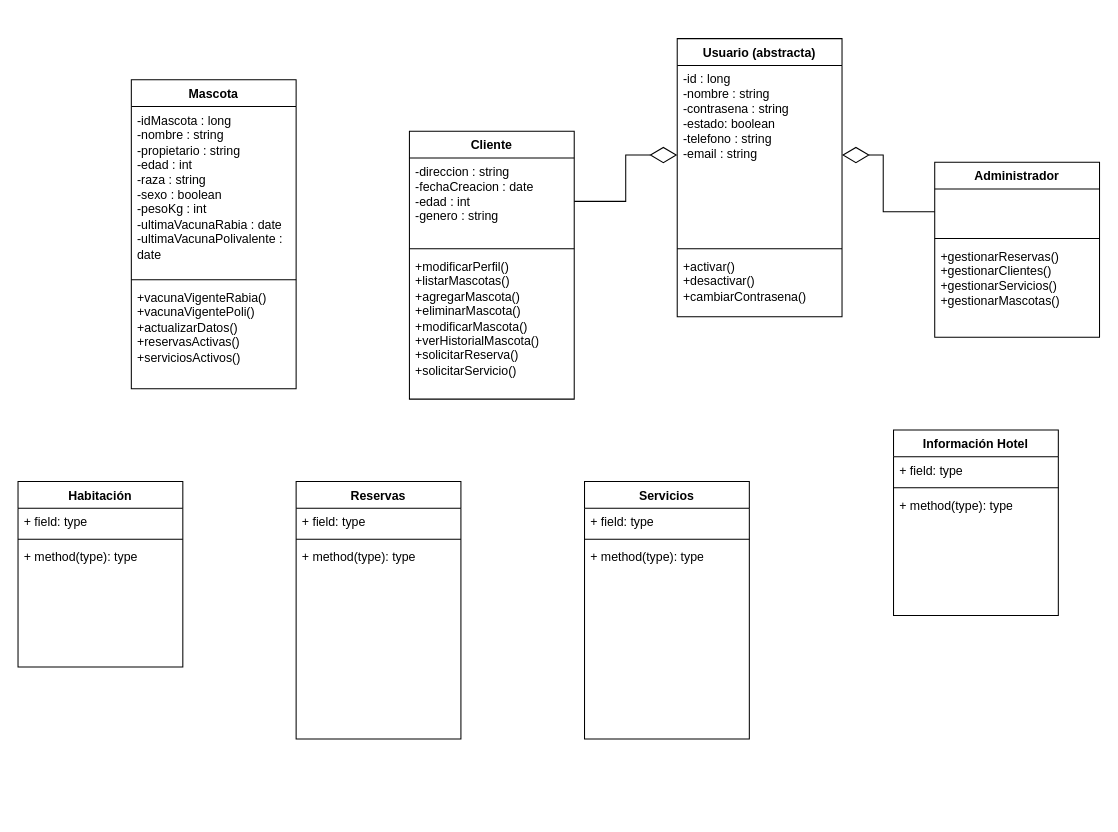
Nicolas-2794/ClubDelCan keeps this draw.io diagram as Diagrama sin título.drawio. Above is the earlier version. Source tidied: cells renumbered, new cells numbered last; positions are measured from the earlier drawing's top-left corner, leaving out a move shared by most shapes. Both pictures are drawn from the tidied source at 103%, with x=0, y=0 at pixel (18, 38).
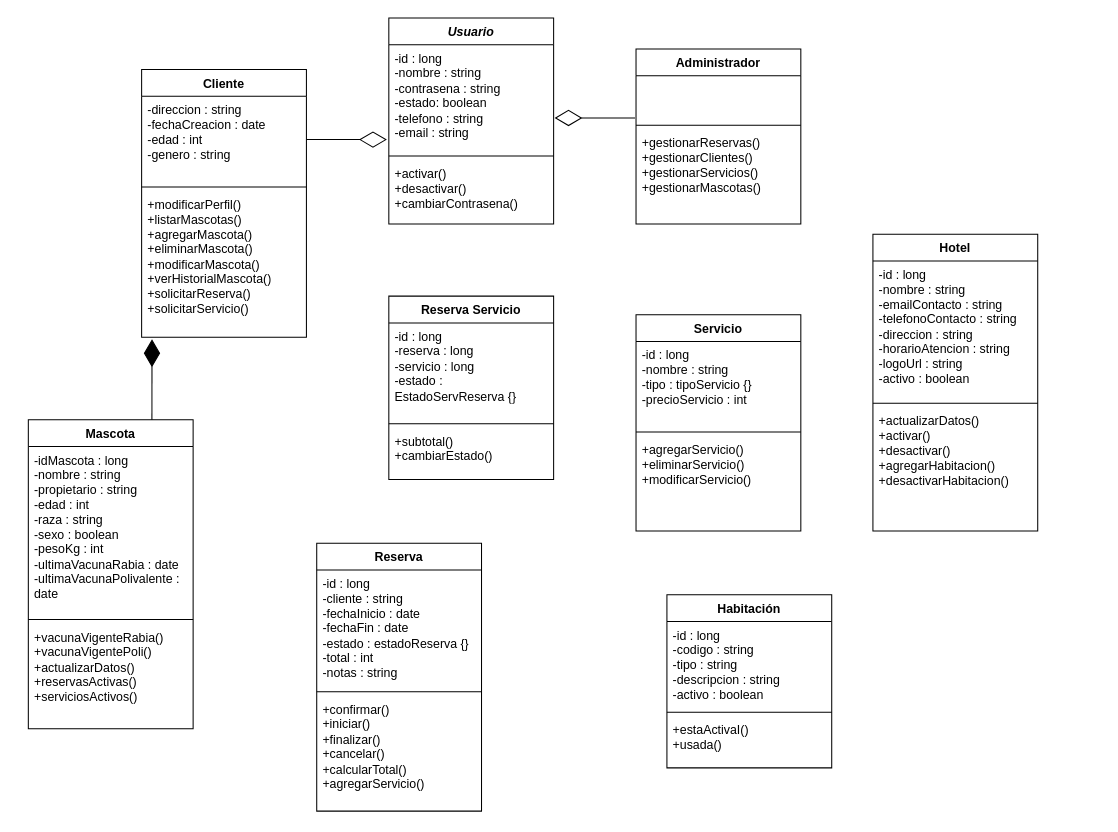
The same page after the edit.

The change refers to these unchanged cells:
```xml
<mxCell id="3" value="&amp;nbsp;" style="text;strokeColor=none;fillColor=none;align=left;verticalAlign=top;spacingLeft=4;spacingRight=4;overflow=hidden;points=[[0,0.5],[1,0.5]];portConstraint=eastwest;whiteSpace=wrap;html=1;" parent="2" vertex="1">
  <mxGeometry y="26" width="160" height="44" as="geometry" />
</mxCell>
<mxCell id="23" value="&lt;div&gt;-direccion : string&lt;/div&gt;&lt;div&gt;-fechaCreacion : date&lt;/div&gt;&lt;div&gt;-edad : int&lt;/div&gt;&lt;div&gt;-genero : string&lt;/div&gt;&lt;div&gt;&lt;br&gt;&lt;/div&gt;" style="text;strokeColor=none;fillColor=none;align=left;verticalAlign=top;spacingLeft=4;spacingRight=4;overflow=hidden;points=[[0,0.5],[1,0.5]];portConstraint=eastwest;whiteSpace=wrap;html=1;" parent="22" vertex="1">
  <mxGeometry y="26" width="160" height="84" as="geometry" />
</mxCell>
<mxCell id="25" value="&lt;div&gt;&lt;div&gt;+modificarPerfil()&lt;/div&gt;&lt;/div&gt;&lt;div&gt;+listarMascotas()&lt;/div&gt;&lt;div&gt;+agregarMascota()&lt;/div&gt;&lt;div&gt;+eliminarMascota()&lt;/div&gt;&lt;div&gt;+modificarMascota()&lt;/div&gt;&lt;div&gt;+verHistorialMascota()&lt;/div&gt;&lt;div&gt;+solicitarReserva()&lt;/div&gt;&lt;div&gt;+solicitarServicio()&lt;/div&gt;&lt;div&gt;&lt;br&gt;&lt;/div&gt;" style="text;strokeColor=none;fillColor=none;align=left;verticalAlign=top;spacingLeft=4;spacingRight=4;overflow=hidden;points=[[0,0.5],[1,0.5]];portConstraint=eastwest;whiteSpace=wrap;html=1;" parent="22" vertex="1">
  <mxGeometry y="118" width="160" height="142" as="geometry" />
</mxCell>
```

Change to the diagram source:
```diff
@@
     <mxCell id="2" value="Administrador" style="swimlane;fontStyle=1;align=center;verticalAlign=top;horizontal=1;startSize=26;whiteSpace=wrap;html=1;" parent="1" vertex="1">
-      <mxGeometry x="890" y="120" width="160" height="170" as="geometry" />
+      <mxGeometry x="600" y="10" width="160" height="170" as="geometry" />
     </mxCell>
@@
     <mxCell id="6" value="&lt;div&gt;Habitación&lt;/div&gt;" style="swimlane;fontStyle=1;align=center;verticalAlign=top;horizontal=1;startSize=26;whiteSpace=wrap;html=1;" parent="1" vertex="1">
-      <mxGeometry y="430" width="160" height="180" as="geometry" />
+      <mxGeometry x="630" y="540" width="160" height="168" as="geometry" />
     </mxCell>
-    <mxCell id="7" value="+ field: type" style="text;strokeColor=none;fillColor=none;align=left;verticalAlign=top;spacingLeft=4;spacingRight=4;overflow=hidden;whiteSpace=wrap;html=1;" parent="6" vertex="1">
-      <mxGeometry y="26" width="160" height="26" as="geometry" />
+    <mxCell id="7" value="-id : long&lt;div&gt;-codigo : string&lt;/div&gt;&lt;div&gt;-tipo : string&lt;/div&gt;&lt;div&gt;-descripcion : string&lt;/div&gt;&lt;div&gt;-activo : boolean&lt;/div&gt;" style="text;strokeColor=none;fillColor=none;align=left;verticalAlign=top;spacingLeft=4;spacingRight=4;overflow=hidden;whiteSpace=wrap;html=1;" parent="6" vertex="1">
+      <mxGeometry y="26" width="160" height="84" as="geometry" />
     </mxCell>
     <mxCell id="8" style="line;strokeWidth=1;fillColor=none;align=left;verticalAlign=middle;spacingTop=-1;spacingLeft=3;spacingRight=3;labelPosition=right;strokeColor=inherit;" parent="6" vertex="1">
-      <mxGeometry y="52" width="160" height="8" as="geometry" />
+      <mxGeometry y="110" width="160" height="8" as="geometry" />
     </mxCell>
-    <mxCell id="9" value="+ method(type): type" style="text;strokeColor=none;fillColor=none;align=left;verticalAlign=top;spacingLeft=4;spacingRight=4;overflow=hidden;whiteSpace=wrap;html=1;" parent="6" vertex="1">
-      <mxGeometry y="60" width="160" height="120" as="geometry" />
+    <mxCell id="9" value="+estaActivaI()&lt;div&gt;+usada()&lt;/div&gt;" style="text;strokeColor=none;fillColor=none;align=left;verticalAlign=top;spacingLeft=4;spacingRight=4;overflow=hidden;whiteSpace=wrap;html=1;" parent="6" vertex="1">
+      <mxGeometry y="118" width="160" height="50" as="geometry" />
     </mxCell>
-    <mxCell id="10" value="Servicios&lt;div&gt;&lt;br&gt;&lt;/div&gt;" style="swimlane;fontStyle=1;align=center;verticalAlign=top;horizontal=1;startSize=26;whiteSpace=wrap;html=1;" parent="1" vertex="1">
-      <mxGeometry x="550" y="430" width="160" height="250" as="geometry" />
+    <mxCell id="10" value="&lt;div&gt;Servicio&lt;/div&gt;" style="swimlane;fontStyle=1;align=center;verticalAlign=top;horizontal=1;startSize=26;whiteSpace=wrap;html=1;" parent="1" vertex="1">
+      <mxGeometry x="600" y="268" width="160" height="210" as="geometry" />
     </mxCell>
-    <mxCell id="11" value="+ field: type" style="text;strokeColor=none;fillColor=none;align=left;verticalAlign=top;spacingLeft=4;spacingRight=4;overflow=hidden;whiteSpace=wrap;html=1;" parent="10" vertex="1">
-      <mxGeometry y="26" width="160" height="26" as="geometry" />
+    <mxCell id="11" value="-id : long&lt;div&gt;-nombre : string&lt;/div&gt;&lt;div&gt;-tipo : tipoServicio {}&lt;/div&gt;&lt;div&gt;-precioServicio : int&lt;/div&gt;" style="text;strokeColor=none;fillColor=none;align=left;verticalAlign=top;spacingLeft=4;spacingRight=4;overflow=hidden;whiteSpace=wrap;html=1;" parent="10" vertex="1">
+      <mxGeometry y="26" width="160" height="84" as="geometry" />
     </mxCell>
     <mxCell id="12" style="line;strokeWidth=1;fillColor=none;align=left;verticalAlign=middle;spacingTop=-1;spacingLeft=3;spacingRight=3;labelPosition=right;strokeColor=inherit;" parent="10" vertex="1">
-      <mxGeometry y="52" width="160" height="8" as="geometry" />
+      <mxGeometry y="110" width="160" height="8" as="geometry" />
     </mxCell>
-    <mxCell id="13" value="+ method(type): type" style="text;strokeColor=none;fillColor=none;align=left;verticalAlign=top;spacingLeft=4;spacingRight=4;overflow=hidden;whiteSpace=wrap;html=1;" parent="10" vertex="1">
-      <mxGeometry y="60" width="160" height="190" as="geometry" />
+    <mxCell id="13" value="&lt;div&gt;+agregarServicio()&lt;/div&gt;&lt;div&gt;+eliminarServicio()&lt;/div&gt;&lt;div&gt;+modificarServicio()&lt;/div&gt;" style="text;strokeColor=none;fillColor=none;align=left;verticalAlign=top;spacingLeft=4;spacingRight=4;overflow=hidden;whiteSpace=wrap;html=1;" parent="10" vertex="1">
+      <mxGeometry y="118" width="160" height="92" as="geometry" />
     </mxCell>
-    <mxCell id="14" value="&lt;div&gt;Reservas&lt;/div&gt;" style="swimlane;fontStyle=1;align=center;verticalAlign=top;horizontal=1;startSize=26;whiteSpace=wrap;html=1;" parent="1" vertex="1">
-      <mxGeometry x="270" y="430" width="160" height="250" as="geometry" />
+    <mxCell id="14" value="Reserva" style="swimlane;fontStyle=1;align=center;verticalAlign=top;horizontal=1;startSize=26;whiteSpace=wrap;html=1;" parent="1" vertex="1">
+      <mxGeometry x="290" y="490" width="160" height="260" as="geometry" />
     </mxCell>
-    <mxCell id="15" value="+ field: type" style="text;strokeColor=none;fillColor=none;align=left;verticalAlign=top;spacingLeft=4;spacingRight=4;overflow=hidden;whiteSpace=wrap;html=1;" parent="14" vertex="1">
-      <mxGeometry y="26" width="160" height="26" as="geometry" />
+    <mxCell id="15" value="-id : long&lt;div&gt;-cliente : string&lt;/div&gt;&lt;div&gt;-fechaInicio : date&lt;/div&gt;&lt;div&gt;-fechaFin : date&lt;/div&gt;&lt;div&gt;-estado : estadoReserva {}&lt;/div&gt;&lt;div&gt;-total : int&lt;/div&gt;&lt;div&gt;-notas : string&lt;/div&gt;" style="text;strokeColor=none;fillColor=none;align=left;verticalAlign=top;spacingLeft=4;spacingRight=4;overflow=hidden;whiteSpace=wrap;html=1;" parent="14" vertex="1">
+      <mxGeometry y="26" width="160" height="114" as="geometry" />
     </mxCell>
     <mxCell id="16" style="line;strokeWidth=1;fillColor=none;align=left;verticalAlign=middle;spacingTop=-1;spacingLeft=3;spacingRight=3;labelPosition=right;strokeColor=inherit;" parent="14" vertex="1">
-      <mxGeometry y="52" width="160" height="8" as="geometry" />
+      <mxGeometry y="140" width="160" height="8" as="geometry" />
     </mxCell>
-    <mxCell id="17" value="+ method(type): type" style="text;strokeColor=none;fillColor=none;align=left;verticalAlign=top;spacingLeft=4;spacingRight=4;overflow=hidden;whiteSpace=wrap;html=1;" parent="14" vertex="1">
-      <mxGeometry y="60" width="160" height="190" as="geometry" />
+    <mxCell id="17" value="&lt;div&gt;+confirmar()&lt;/div&gt;&lt;div&gt;+iniciar()&lt;/div&gt;&lt;div&gt;+finalizar()&lt;/div&gt;&lt;div&gt;+cancelar()&lt;/div&gt;+calcularTotal()&lt;div&gt;+agregarServicio()&lt;/div&gt;" style="text;strokeColor=none;fillColor=none;align=left;verticalAlign=top;spacingLeft=4;spacingRight=4;overflow=hidden;whiteSpace=wrap;html=1;" parent="14" vertex="1">
+      <mxGeometry y="148" width="160" height="112" as="geometry" />
     </mxCell>
-    <mxCell id="18" value="Usuario (abstracta)" style="swimlane;fontStyle=1;align=center;verticalAlign=top;horizontal=1;startSize=26;whiteSpace=wrap;html=1;" parent="1" vertex="1">
-      <mxGeometry x="640" width="160" height="270" as="geometry" />
+    <mxCell id="18" value="&lt;i&gt;Usuario&lt;/i&gt;" style="swimlane;fontStyle=1;align=center;verticalAlign=top;horizontal=1;startSize=26;whiteSpace=wrap;html=1;" parent="1" vertex="1">
+      <mxGeometry x="360" y="-20" width="160" height="200" as="geometry" />
     </mxCell>
     <mxCell id="19" value="&lt;div&gt;-id : long&lt;/div&gt;&lt;div&gt;-nombre : string&lt;/div&gt;&lt;div&gt;-contrasena : string&lt;/div&gt;&lt;div&gt;-estado: boolean&lt;/div&gt;&lt;div&gt;-telefono : string&lt;/div&gt;&lt;div&gt;-email : string&lt;/div&gt;&lt;div&gt;&lt;br&gt;&lt;/div&gt;" style="text;strokeColor=none;fillColor=none;align=left;verticalAlign=top;spacingLeft=4;spacingRight=4;overflow=hidden;points=[[0,0.5],[1,0.5]];portConstraint=eastwest;whiteSpace=wrap;html=1;" parent="18" vertex="1">
-      <mxGeometry y="26" width="160" height="174" as="geometry" />
+      <mxGeometry y="26" width="160" height="104" as="geometry" />
     </mxCell>
     <mxCell id="20" style="line;strokeWidth=1;fillColor=none;align=left;verticalAlign=middle;spacingTop=-1;spacingLeft=3;spacingRight=3;labelPosition=right;strokeColor=inherit;" parent="18" vertex="1">
-      <mxGeometry y="200" width="160" height="8" as="geometry" />
+      <mxGeometry y="130" width="160" height="8" as="geometry" />
     </mxCell>
     <mxCell id="21" value="+activar()&lt;div&gt;+desactivar()&lt;/div&gt;&lt;div&gt;+cambiarContrasena()&lt;/div&gt;" style="text;strokeColor=none;fillColor=none;align=left;verticalAlign=top;spacingLeft=4;spacingRight=4;overflow=hidden;whiteSpace=wrap;html=1;" parent="18" vertex="1">
-      <mxGeometry y="208" width="160" height="62" as="geometry" />
+      <mxGeometry y="138" width="160" height="62" as="geometry" />
     </mxCell>
     <mxCell id="22" value="Cliente" style="swimlane;fontStyle=1;align=center;verticalAlign=top;horizontal=1;startSize=26;whiteSpace=wrap;html=1;" parent="1" vertex="1">
-      <mxGeometry x="380" y="90" width="160" height="260" as="geometry" />
+      <mxGeometry x="120" y="30" width="160" height="260" as="geometry" />
     </mxCell>
@@
     <mxCell id="26" value="Mascota" style="swimlane;fontStyle=1;align=center;verticalAlign=top;horizontal=1;startSize=26;whiteSpace=wrap;html=1;" parent="1" vertex="1">
-      <mxGeometry x="110" y="40" width="160" height="300" as="geometry" />
+      <mxGeometry x="10" y="370" width="160" height="300" as="geometry" />
     </mxCell>
@@
-    <mxCell id="30" style="endArrow=diamondThin;endFill=0;endSize=24;html=1;rounded=0;exitX=1;exitY=0.5;exitDx=0;exitDy=0;entryX=0;entryY=0.5;entryDx=0;entryDy=0;" parent="1" edge="1" source="23" target="19">
-      <mxGeometry relative="1" as="geometry">
-        <Array as="points">
-          <mxPoint x="590" y="158" />
-          <mxPoint x="590" y="113" />
-        </Array>
-      </mxGeometry>
-    </mxCell>
-    <mxCell id="31" style="endArrow=diamondThin;endFill=0;endSize=24;html=1;rounded=0;exitX=0;exitY=0.5;exitDx=0;exitDy=0;entryX=1;entryY=0.5;entryDx=0;entryDy=0;" parent="1" edge="1" source="3" target="19">
-      <mxGeometry relative="1" as="geometry">
-        <Array as="points">
-          <mxPoint x="840" y="168" />
-          <mxPoint x="840" y="113" />
-        </Array>
-      </mxGeometry>
-    </mxCell>
-    <mxCell id="32" value="&lt;div&gt;Información Hotel&lt;/div&gt;" style="swimlane;fontStyle=1;align=center;verticalAlign=top;horizontal=1;startSize=26;whiteSpace=wrap;html=1;" parent="1" vertex="1">
-      <mxGeometry x="850" y="380" width="160" height="180" as="geometry" />
+    <mxCell id="32" value="&lt;div&gt;Hotel&lt;/div&gt;" style="swimlane;fontStyle=1;align=center;verticalAlign=top;horizontal=1;startSize=26;whiteSpace=wrap;html=1;" parent="1" vertex="1">
+      <mxGeometry x="830" y="190" width="160" height="288" as="geometry" />
     </mxCell>
-    <mxCell id="33" value="+ field: type" style="text;strokeColor=none;fillColor=none;align=left;verticalAlign=top;spacingLeft=4;spacingRight=4;overflow=hidden;whiteSpace=wrap;html=1;" parent="32" vertex="1">
-      <mxGeometry y="26" width="160" height="26" as="geometry" />
+    <mxCell id="33" value="-id : long&lt;div&gt;-nombre : string&lt;/div&gt;&lt;div&gt;-emailContacto : string&lt;/div&gt;&lt;div&gt;-telefonoContacto : string&lt;/div&gt;&lt;div&gt;-direccion : string&lt;/div&gt;&lt;div&gt;-horarioAtencion : string&lt;/div&gt;&lt;div&gt;-logoUrl : string&lt;/div&gt;&lt;div&gt;-activo : boolean&lt;/div&gt;" style="text;strokeColor=none;fillColor=none;align=left;verticalAlign=top;spacingLeft=4;spacingRight=4;overflow=hidden;whiteSpace=wrap;html=1;" parent="32" vertex="1">
+      <mxGeometry y="26" width="160" height="134" as="geometry" />
     </mxCell>
     <mxCell id="34" style="line;strokeWidth=1;fillColor=none;align=left;verticalAlign=middle;spacingTop=-1;spacingLeft=3;spacingRight=3;labelPosition=right;strokeColor=inherit;" parent="32" vertex="1">
-      <mxGeometry y="52" width="160" height="8" as="geometry" />
+      <mxGeometry y="160" width="160" height="8" as="geometry" />
     </mxCell>
-    <mxCell id="35" value="+ method(type): type" style="text;strokeColor=none;fillColor=none;align=left;verticalAlign=top;spacingLeft=4;spacingRight=4;overflow=hidden;whiteSpace=wrap;html=1;" parent="32" vertex="1">
-      <mxGeometry y="60" width="160" height="120" as="geometry" />
+    <mxCell id="35" value="+actualizarDatos()&lt;div&gt;+activar()&lt;/div&gt;&lt;div&gt;+desactivar()&lt;/div&gt;&lt;div&gt;+agregarHabitacion()&lt;/div&gt;&lt;div&gt;+desactivarHabitacion()&lt;/div&gt;" style="text;strokeColor=none;fillColor=none;align=left;verticalAlign=top;spacingLeft=4;spacingRight=4;overflow=hidden;whiteSpace=wrap;html=1;" parent="32" vertex="1">
+      <mxGeometry y="168" width="160" height="120" as="geometry" />
     </mxCell>
+    <mxCell id="36" value="&lt;div&gt;Reserva Servicio&lt;/div&gt;" style="swimlane;fontStyle=1;align=center;verticalAlign=top;horizontal=1;startSize=26;whiteSpace=wrap;html=1;" parent="1" vertex="1">
+      <mxGeometry x="360" y="250" width="160" height="178" as="geometry" />
+    </mxCell>
+    <mxCell id="37" value="-id : long&lt;div&gt;-reserva : long&lt;/div&gt;&lt;div&gt;-servicio : long&lt;/div&gt;&lt;div&gt;-estado : EstadoServReserva {}&lt;/div&gt;" style="text;strokeColor=none;fillColor=none;align=left;verticalAlign=top;spacingLeft=4;spacingRight=4;overflow=hidden;whiteSpace=wrap;html=1;" parent="36" vertex="1">
+      <mxGeometry y="26" width="160" height="94" as="geometry" />
+    </mxCell>
+    <mxCell id="38" style="line;strokeWidth=1;fillColor=none;align=left;verticalAlign=middle;spacingTop=-1;spacingLeft=3;spacingRight=3;labelPosition=right;strokeColor=inherit;" parent="36" vertex="1">
+      <mxGeometry y="120" width="160" height="8" as="geometry" />
+    </mxCell>
+    <mxCell id="39" value="+subtotal()&lt;div&gt;+cambiarEstado()&lt;/div&gt;" style="text;strokeColor=none;fillColor=none;align=left;verticalAlign=top;spacingLeft=4;spacingRight=4;overflow=hidden;whiteSpace=wrap;html=1;" parent="36" vertex="1">
+      <mxGeometry y="128" width="160" height="50" as="geometry" />
+    </mxCell>
+    <mxCell id="30" style="endArrow=diamondThin;endFill=0;endSize=24;html=1;rounded=0;exitX=1;exitY=0.5;exitDx=0;exitDy=0;entryX=-0.012;entryY=0.885;entryDx=0;entryDy=0;entryPerimeter=0;" parent="1" edge="1" source="23" target="19">
+      <mxGeometry relative="1" as="geometry" />
+    </mxCell>
+    <mxCell id="31" style="endArrow=diamondThin;endFill=0;endSize=24;html=1;rounded=0;exitX=-0.006;exitY=0.932;exitDx=0;exitDy=0;entryX=1.006;entryY=0.683;entryDx=0;entryDy=0;entryPerimeter=0;exitPerimeter=0;" parent="1" edge="1" source="3" target="19">
+      <mxGeometry relative="1" as="geometry" />
+    </mxCell>
+    <mxCell id="40" style="endArrow=diamondThin;endFill=1;endSize=24;html=1;rounded=0;exitX=0.75;exitY=0;exitDx=0;exitDy=0;entryX=0.063;entryY=1.014;entryDx=0;entryDy=0;entryPerimeter=0;" parent="1" edge="1" source="26" target="25">
+      <mxGeometry relative="1" as="geometry" />
+    </mxCell>
```
